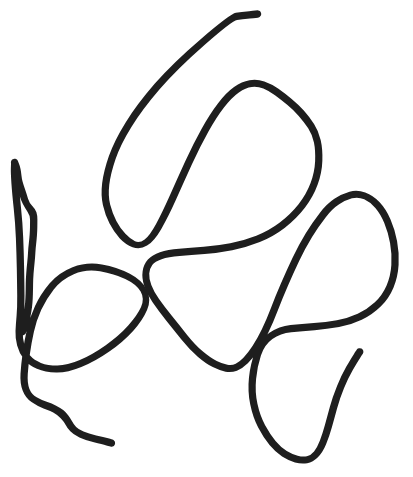
Above: Test 23.excalidraw.svg in onutz/Main (Excalidraw), before the change. Source tidied: one line per element, renumbered; positions are measured from the earlier drawing's top-left corner, leaving out a move shared by most shapes. The source it was exported from:
```json
{"id": 0, "type": "freedraw", "strokeColor": "#1e1e1e", "strokeWidth": 2, "roughness": 1, "x": 174, "y": 0, "width": 214, "height": 321, "points": [[0, 0], [-89, 63], [-113, 129], [-96, 163], [-69, 156], [-35, 75], [-2, 45], [25, 64], [46, 92], [33, 142], [-23, 170], [-76, 172], [-81, 195], [-50, 234], [-19, 256], [0, 239], [20, 190], [49, 138], [79, 126], [100, 165], [87, 213], [37, 225], [-6, 241], [2, 301], [30, 321], [49, 307], [59, 264], [76, 237]]}
{"id": 1, "type": "freedraw", "strokeColor": "#1e1e1e", "strokeWidth": 2, "roughness": 1, "x": 6, "y": 227, "width": 100, "height": 204, "points": [[0, 0], [4, -17], [5, -35], [7, -59], [8, -72], [8, -79], [8, -84], [7, -86], [5, -87], [2, -91], [0, -99], [-4, -112], [-6, -123], [-4, -87], [-1, -18], [-3, 12], [25, 30], [85, -5], [79, -44], [13, -34], [1, 20], [7, 53], [30, 59], [36, 71], [66, 80]]}
```
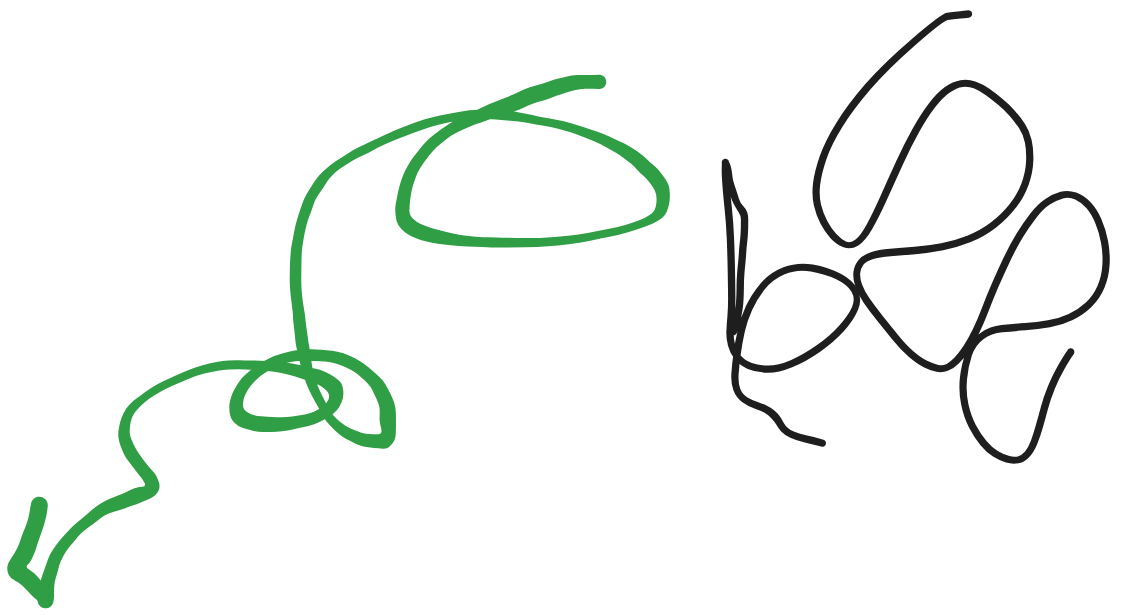
After the commit.

Change to the diagram source:
```diff
@@ -1,2 +1,3 @@
 {"id": 0, "type": "freedraw", "strokeColor": "#1e1e1e", "strokeWidth": 2, "roughness": 1, "x": 174, "y": 0, "width": 214, "height": 321, "points": [[0, 0], [-89, 63], [-113, 129], [-96, 163], [-69, 156], [-35, 75], [-2, 45], [25, 64], [46, 92], [33, 142], [-23, 170], [-76, 172], [-81, 195], [-50, 234], [-19, 256], [0, 239], [20, 190], [49, 138], [79, 126], [100, 165], [87, 213], [37, 225], [-6, 241], [2, 301], [30, 321], [49, 307], [59, 264], [76, 237]]}
 {"id": 1, "type": "freedraw", "strokeColor": "#1e1e1e", "strokeWidth": 2, "roughness": 1, "x": 6, "y": 227, "width": 100, "height": 204, "points": [[0, 0], [4, -17], [5, -35], [7, -59], [8, -72], [8, -79], [8, -84], [7, -86], [5, -87], [2, -91], [0, -99], [-4, -112], [-6, -123], [-4, -87], [-1, -18], [-3, 12], [25, 30], [85, -5], [79, -44], [13, -34], [1, 20], [7, 53], [30, 59], [36, 71], [66, 80]]}
+{"id": 2, "type": "freedraw", "strokeColor": "#2f9e44", "strokeWidth": 2, "roughness": 1, "x": -90, "y": 48, "width": 464, "height": 371, "points": [[0, 0], [-38, 7], [-92, 27], [-137, 71], [-124, 109], [-3, 111], [46, 82], [4, 42], [-83, 23], [-159, 44], [-209, 88], [-216, 157], [-201, 227], [-157, 257], [-151, 236], [-201, 195], [-258, 223], [-240, 245], [-187, 225], [-252, 202], [-334, 233], [-320, 284], [-358, 306], [-393, 354], [-402, 362], [-414, 343], [-400, 303]]}
```
